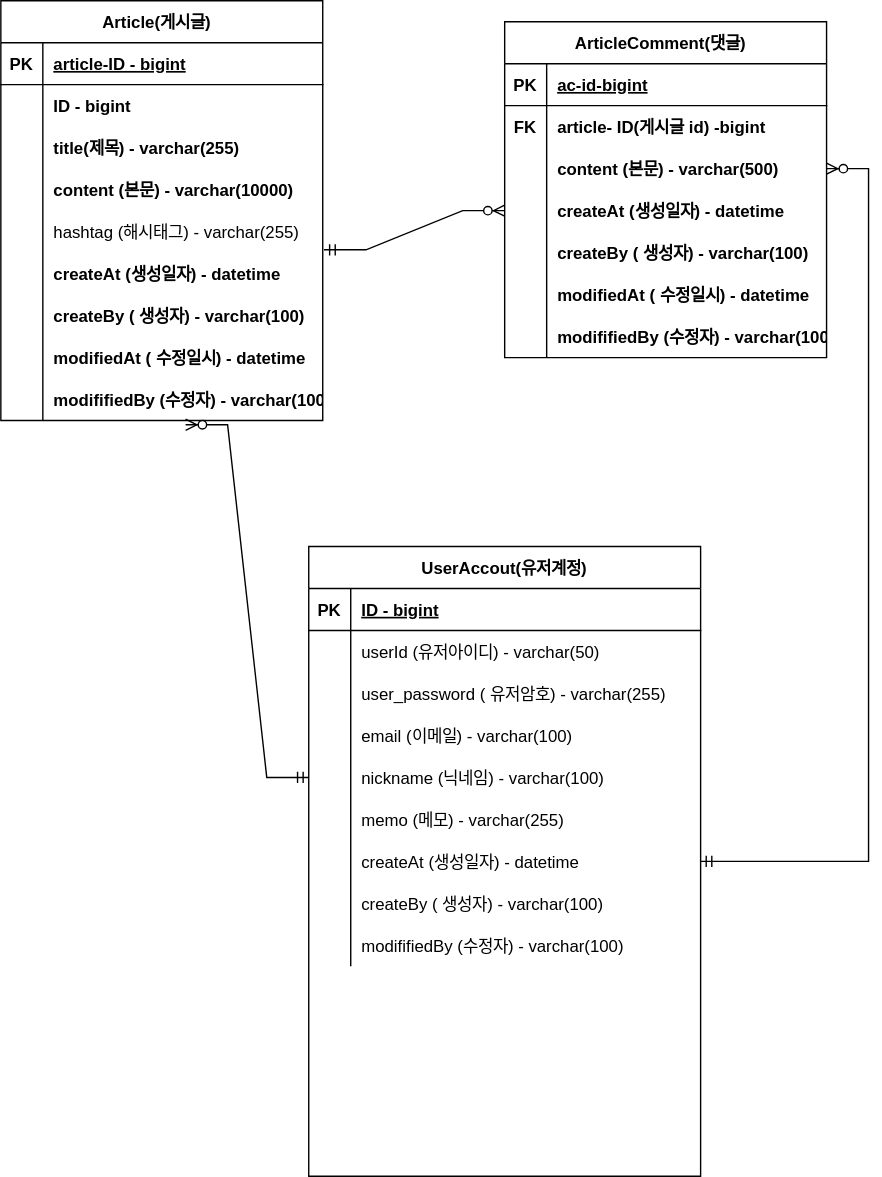
sogn2/project-board keeps this draw.io diagram as document/ERD.svg. Above is the earlier version. Source tidied: cells renumbered, new cells last; positions are measured from the earlier drawing's top-left corner, leaving out a move shared by most shapes.
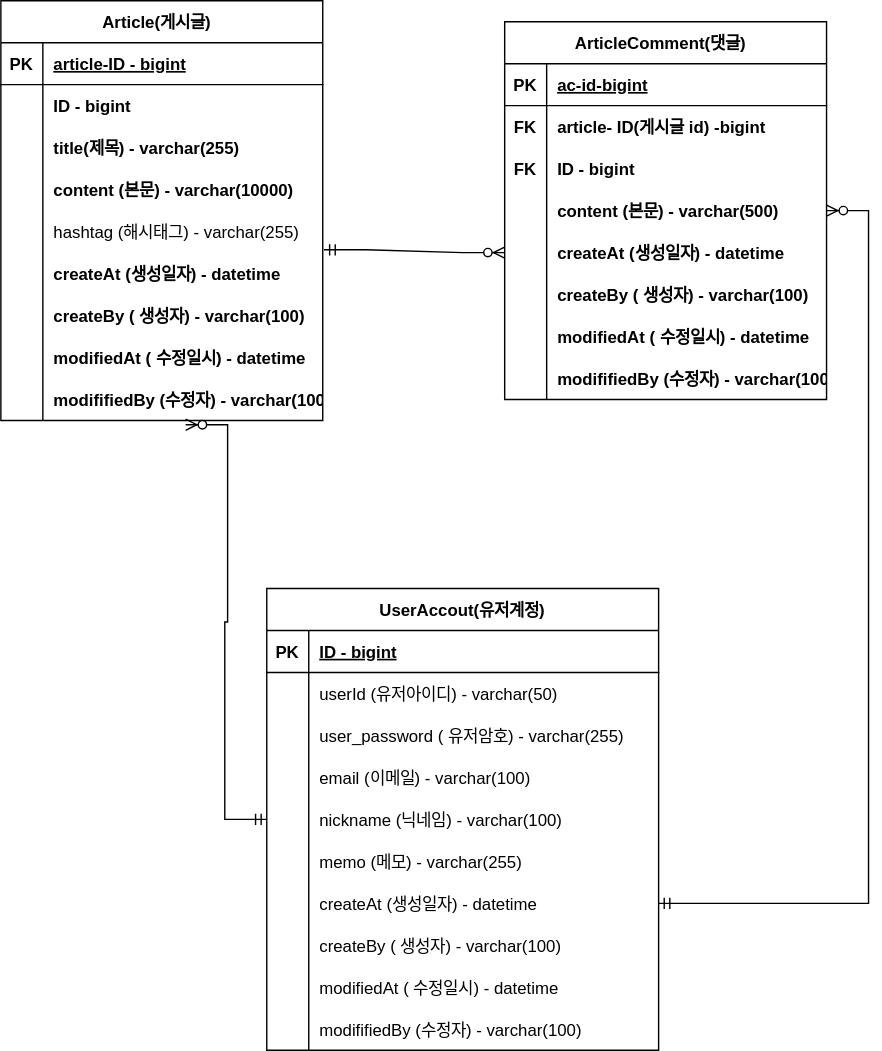
After the change.

Change to the diagram source:
```diff
@@ -87,7 +87,7 @@
       <mxGeometry x="30" width="200" height="30" as="geometry" />
     </mxCell>
     <mxCell id="30" value="ArticleComment(댓글)  " style="shape=table;startSize=30;rowLines=0;fontStyle=1;align=center;" parent="1" vertex="1">
-      <mxGeometry x="360" y="15" width="230" height="240" as="geometry" />
+      <mxGeometry x="360" y="15" width="230" height="270" as="geometry" />
     </mxCell>
     <mxCell id="31" style="shape=tableRow;horizontal=0;startSize=0;swimlaneHead=0;swimlaneBody=0;fillColor=none;top=0;left=0;right=0;bottom=1;" parent="30" vertex="1">
       <mxGeometry y="30" width="230" height="30" as="geometry" />
@@ -107,8 +107,17 @@
     <mxCell id="36" value="article- ID(게시글 id) -bigint" style="shape=partialRectangle;fillColor=none;top=0;left=0;bottom=0;right=0;align=left;spacingLeft=6;overflow=hidden;fontStyle=1;" parent="34" vertex="1">
       <mxGeometry x="30" width="200" height="30" as="geometry" />
     </mxCell>
+    <mxCell id="84" style="shape=tableRow;horizontal=0;startSize=0;swimlaneHead=0;swimlaneBody=0;fillColor=none;top=0;left=0;right=0;bottom=0;" parent="30" vertex="1">
+      <mxGeometry y="90" width="230" height="30" as="geometry" />
+    </mxCell>
+    <mxCell id="85" value="FK" style="shape=partialRectangle;fillColor=none;top=0;left=0;bottom=0;right=0;overflow=hidden;fontStyle=1;" parent="84" vertex="1">
+      <mxGeometry width="30" height="30" as="geometry" />
+    </mxCell>
+    <mxCell id="86" value="ID - bigint" style="shape=partialRectangle;fillColor=none;top=0;left=0;bottom=0;right=0;align=left;spacingLeft=6;overflow=hidden;fontStyle=1;" parent="84" vertex="1">
+      <mxGeometry x="30" width="200" height="30" as="geometry" />
+    </mxCell>
     <mxCell id="37" style="shape=tableRow;horizontal=0;startSize=0;swimlaneHead=0;swimlaneBody=0;fillColor=none;points=[[0,0.5],[1,0.5]];portConstraint=eastwest;top=0;left=0;right=0;bottom=0;" parent="30" vertex="1">
-      <mxGeometry y="90" width="230" height="30" as="geometry" />
+      <mxGeometry y="120" width="230" height="30" as="geometry" />
     </mxCell>
     <mxCell id="38" style="shape=partialRectangle;fillColor=none;top=0;left=0;bottom=0;right=0;overflow=hidden;" parent="37" vertex="1">
       <mxGeometry width="30" height="30" as="geometry" />
@@ -117,7 +126,7 @@
       <mxGeometry x="30" width="200" height="30" as="geometry" />
     </mxCell>
     <mxCell id="40" style="shape=tableRow;horizontal=0;startSize=0;swimlaneHead=0;swimlaneBody=0;fillColor=none;points=[[0,0.5],[1,0.5]];portConstraint=eastwest;top=0;left=0;right=0;bottom=0;" parent="30" vertex="1">
-      <mxGeometry y="120" width="230" height="30" as="geometry" />
+      <mxGeometry y="150" width="230" height="30" as="geometry" />
     </mxCell>
     <mxCell id="41" style="shape=partialRectangle;fillColor=none;top=0;left=0;bottom=0;right=0;overflow=hidden;" parent="40" vertex="1">
       <mxGeometry width="30" height="30" as="geometry" />
@@ -126,7 +135,7 @@
       <mxGeometry x="30" width="200" height="30" as="geometry" />
     </mxCell>
     <mxCell id="43" style="shape=tableRow;horizontal=0;startSize=0;swimlaneHead=0;swimlaneBody=0;fillColor=none;top=0;left=0;right=0;bottom=0;" parent="30" vertex="1">
-      <mxGeometry y="150" width="230" height="30" as="geometry" />
+      <mxGeometry y="180" width="230" height="30" as="geometry" />
     </mxCell>
     <mxCell id="44" style="shape=partialRectangle;fillColor=none;top=0;left=0;bottom=0;right=0;overflow=hidden;" parent="43" vertex="1">
       <mxGeometry width="30" height="30" as="geometry" />
@@ -135,7 +144,7 @@
       <mxGeometry x="30" width="200" height="30" as="geometry" />
     </mxCell>
     <mxCell id="46" style="shape=tableRow;horizontal=0;startSize=0;swimlaneHead=0;swimlaneBody=0;fillColor=none;top=0;left=0;right=0;bottom=0;" parent="30" vertex="1">
-      <mxGeometry y="180" width="230" height="30" as="geometry" />
+      <mxGeometry y="210" width="230" height="30" as="geometry" />
     </mxCell>
     <mxCell id="47" style="shape=partialRectangle;fillColor=none;top=0;left=0;bottom=0;right=0;overflow=hidden;" parent="46" vertex="1">
       <mxGeometry width="30" height="30" as="geometry" />
@@ -144,7 +153,7 @@
       <mxGeometry x="30" width="200" height="30" as="geometry" />
     </mxCell>
     <mxCell id="49" style="shape=tableRow;horizontal=0;startSize=0;swimlaneHead=0;swimlaneBody=0;fillColor=none;top=0;left=0;right=0;bottom=0;" parent="30" vertex="1">
-      <mxGeometry y="210" width="230" height="30" as="geometry" />
+      <mxGeometry y="240" width="230" height="30" as="geometry" />
     </mxCell>
     <mxCell id="50" style="shape=partialRectangle;fillColor=none;top=0;left=0;bottom=0;right=0;overflow=hidden;" parent="49" vertex="1">
       <mxGeometry width="30" height="30" as="geometry" />
@@ -156,7 +165,7 @@
       <mxGeometry relative="1" as="geometry" />
     </mxCell>
     <mxCell id="53" value="UserAccout(유저계정)" style="shape=table;startSize=30;rowLines=0;fontStyle=1;align=center;" parent="1" vertex="1">
-      <mxGeometry x="220" y="390" width="280" height="450" as="geometry" />
+      <mxGeometry x="190" y="420" width="280" height="330" as="geometry" />
     </mxCell>
     <mxCell id="54" style="shape=tableRow;horizontal=0;startSize=0;swimlaneHead=0;swimlaneBody=0;fillColor=none;top=0;left=0;right=0;bottom=1;" parent="53" vertex="1">
       <mxGeometry y="30" width="280" height="30" as="geometry" />
@@ -236,9 +245,18 @@
     <mxCell id="79" style="shape=partialRectangle;fillColor=none;top=0;left=0;bottom=0;right=0;overflow=hidden;" parent="78" vertex="1">
       <mxGeometry width="30" height="30" as="geometry" />
     </mxCell>
-    <mxCell id="80" value="modififiedBy (수정자) - varchar(100)" style="shape=partialRectangle;fillColor=none;top=0;left=0;bottom=0;right=0;align=left;spacingLeft=6;overflow=hidden;" parent="78" vertex="1">
+    <mxCell id="80" value="modifiedAt ( 수정일시) - datetime" style="shape=partialRectangle;fillColor=none;top=0;left=0;bottom=0;right=0;align=left;spacingLeft=6;overflow=hidden;" parent="78" vertex="1">
       <mxGeometry x="30" width="250" height="30" as="geometry" />
     </mxCell>
+    <mxCell id="87" style="shape=tableRow;horizontal=0;startSize=0;swimlaneHead=0;swimlaneBody=0;fillColor=none;top=0;left=0;right=0;bottom=0;" parent="53" vertex="1">
+      <mxGeometry y="300" width="280" height="30" as="geometry" />
+    </mxCell>
+    <mxCell id="88" style="shape=partialRectangle;fillColor=none;top=0;left=0;bottom=0;right=0;overflow=hidden;" parent="87" vertex="1">
+      <mxGeometry width="30" height="30" as="geometry" />
+    </mxCell>
+    <mxCell id="89" value="modififiedBy (수정자) - varchar(100)" style="shape=partialRectangle;fillColor=none;top=0;left=0;bottom=0;right=0;align=left;spacingLeft=6;overflow=hidden;" parent="87" vertex="1">
+      <mxGeometry x="30" width="250" height="30" as="geometry" />
+    </mxCell>
     <mxCell id="81" style="shape=partialRectangle;fillColor=none;top=0;left=0;bottom=0;right=0;overflow=hidden;" parent="1" vertex="1">
       <mxGeometry x="170" y="490" width="30" height="30" as="geometry" />
     </mxCell>
```
